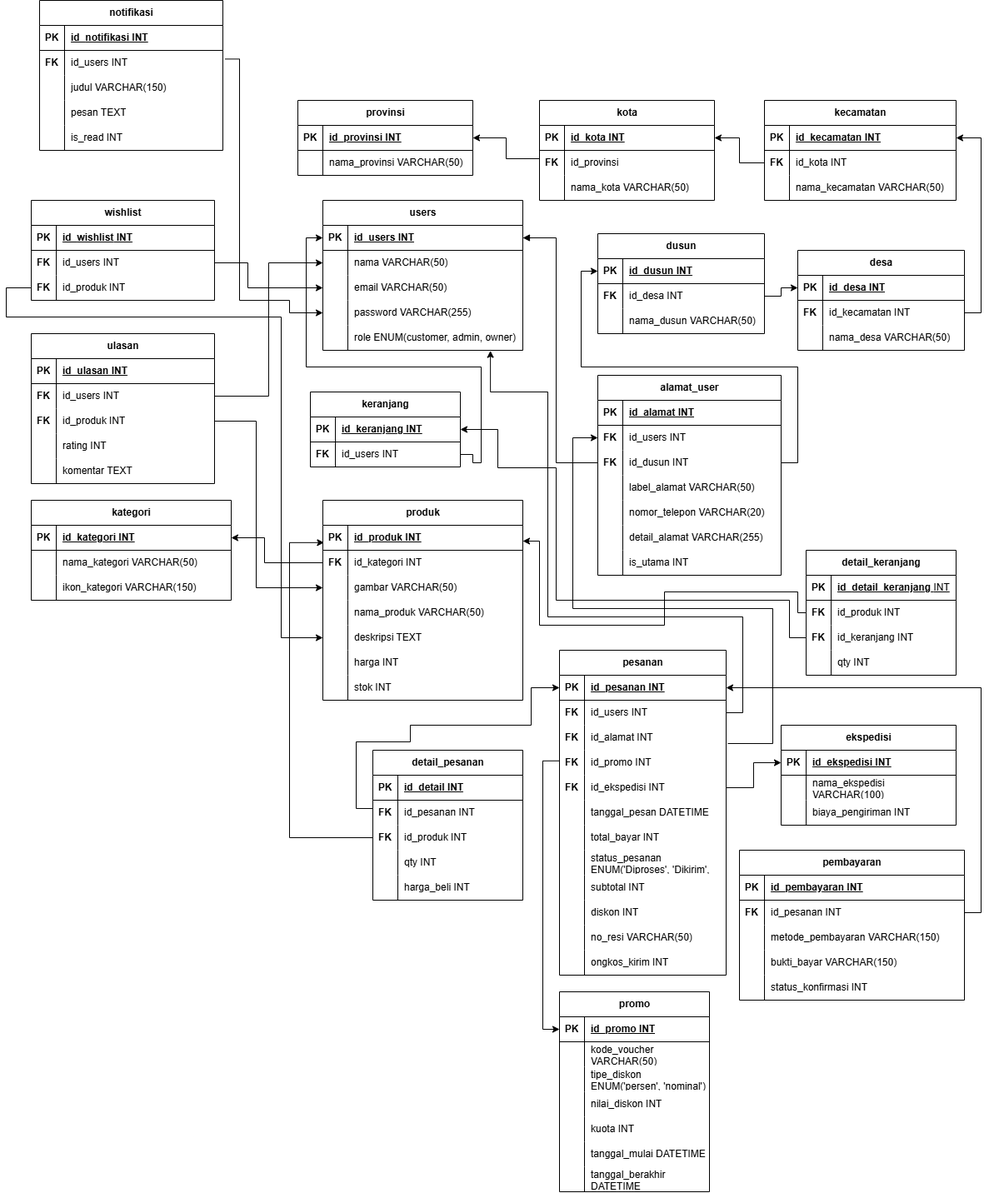
This is RELASI.drawio.png from muhammadainulfuady/elektronik-modern, a draw.io export, as it was before one commit. Source tidied: cells renumbered, new cells last; positions are measured from the earlier drawing's top-left corner, leaving out a move shared by most shapes.
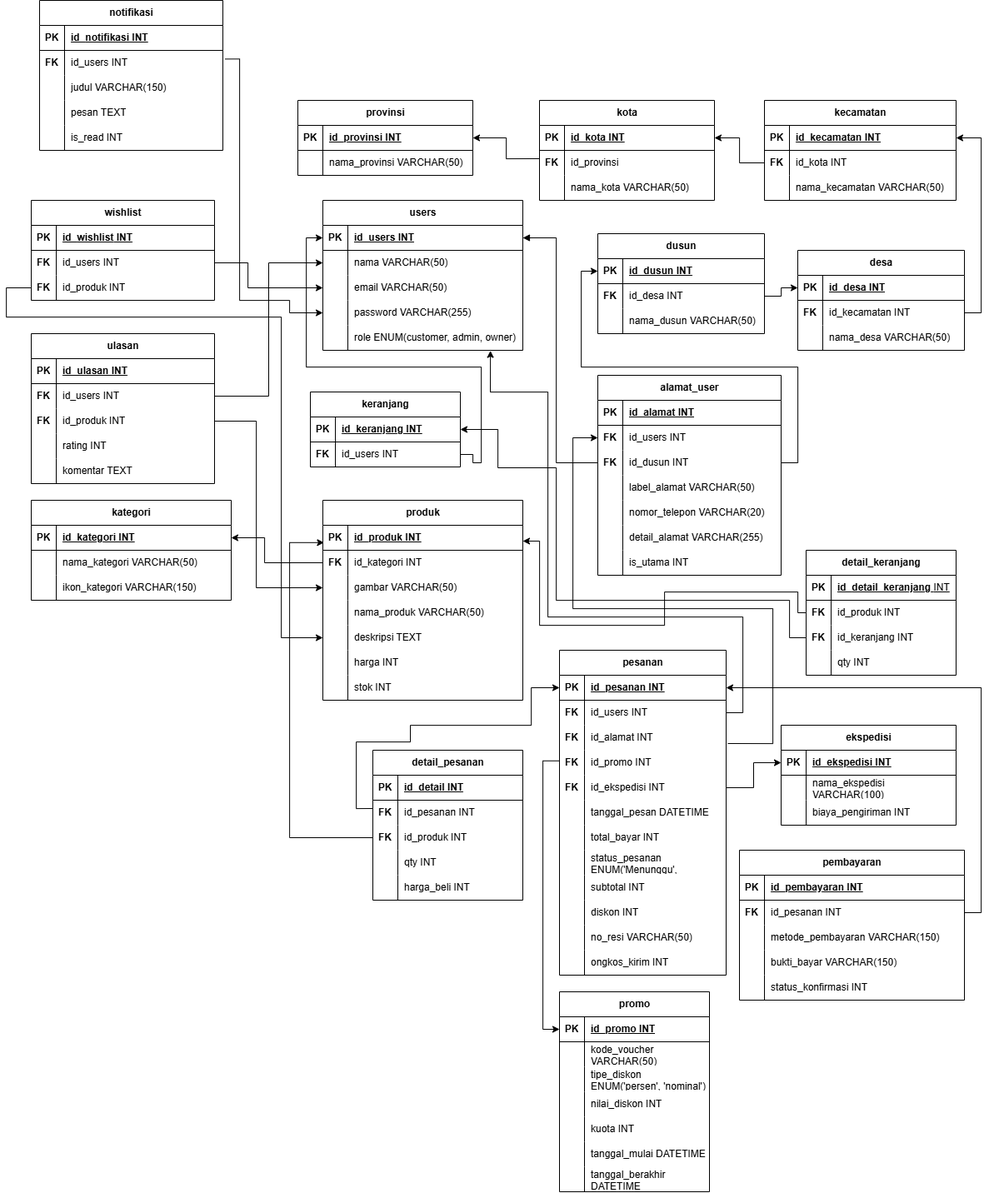
The same file after the commit.

Change to the diagram source:
```diff
@@ -397,7 +397,7 @@
     <mxCell id="130" style="shape=partialRectangle;fillColor=none;top=0;left=0;bottom=0;right=0;overflow=hidden;whiteSpace=wrap;html=1;" parent="129" vertex="1">
       <mxGeometry width="30" height="30" as="geometry" />
     </mxCell>
-    <mxCell id="131" value="status_pesanan ENUM('Diproses', 'Dikirim', 'Selesai')" style="shape=partialRectangle;fillColor=none;top=0;left=0;bottom=0;right=0;align=left;spacingLeft=6;overflow=hidden;whiteSpace=wrap;html=1;" parent="129" vertex="1">
+    <mxCell id="131" value="status_pesanan ENUM('Menunggu', 'Diproses', 'Dikirim', 'Selesai')" style="shape=partialRectangle;fillColor=none;top=0;left=0;bottom=0;right=0;align=left;spacingLeft=6;overflow=hidden;whiteSpace=wrap;html=1;" parent="129" vertex="1">
       <mxGeometry x="30" width="170" height="30" as="geometry" />
     </mxCell>
     <mxCell id="132" style="shape=tableRow;horizontal=0;startSize=0;swimlaneHead=0;swimlaneBody=0;fillColor=none;top=0;left=0;right=0;bottom=0;" parent="107" vertex="1">
```
